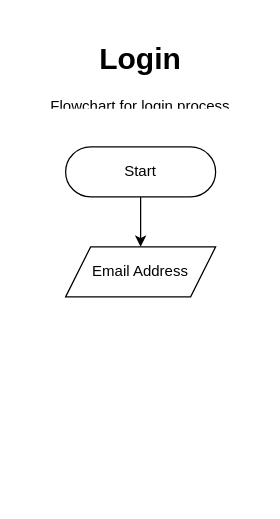
The draw.io diagram login.drawio in madeofeffort/flowcharts, before the edit. Source tidied: cells renumbered, new cells numbered last; positions are measured from the earlier drawing's top-left corner, leaving out a move shared by most shapes. Both pictures are drawn from the tidied source at 125%, with x=0, y=0 at pixel (21, 34).
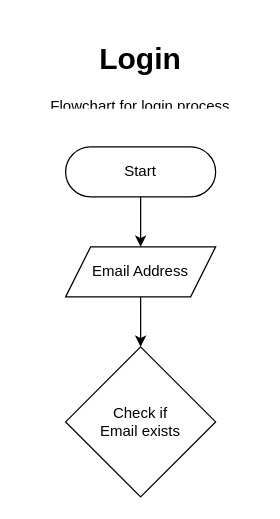
The same diagram, later.

Change to the diagram source:
```diff
@@
 <mxGraphModel>
   <root>
     <mxCell id="0" />
     <mxCell id="1" parent="0" />
     <mxCell id="2" value="&lt;h1&gt;Login&lt;/h1&gt;&lt;p&gt;Flowchart for login process&lt;/p&gt;" style="text;html=1;strokeColor=none;fillColor=none;spacing=5;spacingTop=-20;whiteSpace=wrap;overflow=hidden;rounded=0;align=center;" parent="1" vertex="1">
       <mxGeometry width="190" height="60" as="geometry" />
     </mxCell>
     <mxCell id="3" style="edgeStyle=orthogonalEdgeStyle;rounded=0;jettySize=auto;html=1;" parent="1" edge="1" source="4" target="5">
       <mxGeometry relative="1" as="geometry" />
     </mxCell>
     <mxCell id="4" value="Start" style="rounded=1;whiteSpace=wrap;html=1;arcSize=50;" parent="1" vertex="1">
       <mxGeometry x="35" y="90" width="120" height="40" as="geometry" />
     </mxCell>
+    <mxCell id="6" style="edgeStyle=orthogonalEdgeStyle;rounded=0;jettySize=auto;html=1;" parent="1" edge="1" source="5" target="7">
+      <mxGeometry relative="1" as="geometry" />
+    </mxCell>
     <mxCell id="5" value="Email Address" style="shape=parallelogram;perimeter=parallelogramPerimeter;whiteSpace=wrap;html=1;fixedSize=1;" parent="1" vertex="1">
       <mxGeometry x="35" y="170" width="120" height="40" as="geometry" />
     </mxCell>
+    <mxCell id="7" value="Check if &lt;br&gt;Email exists" style="rhombus;whiteSpace=wrap;html=1;" parent="1" vertex="1">
+      <mxGeometry x="35" y="250" width="120" height="120" as="geometry" />
+    </mxCell>
   </root>
 </mxGraphModel>
```
